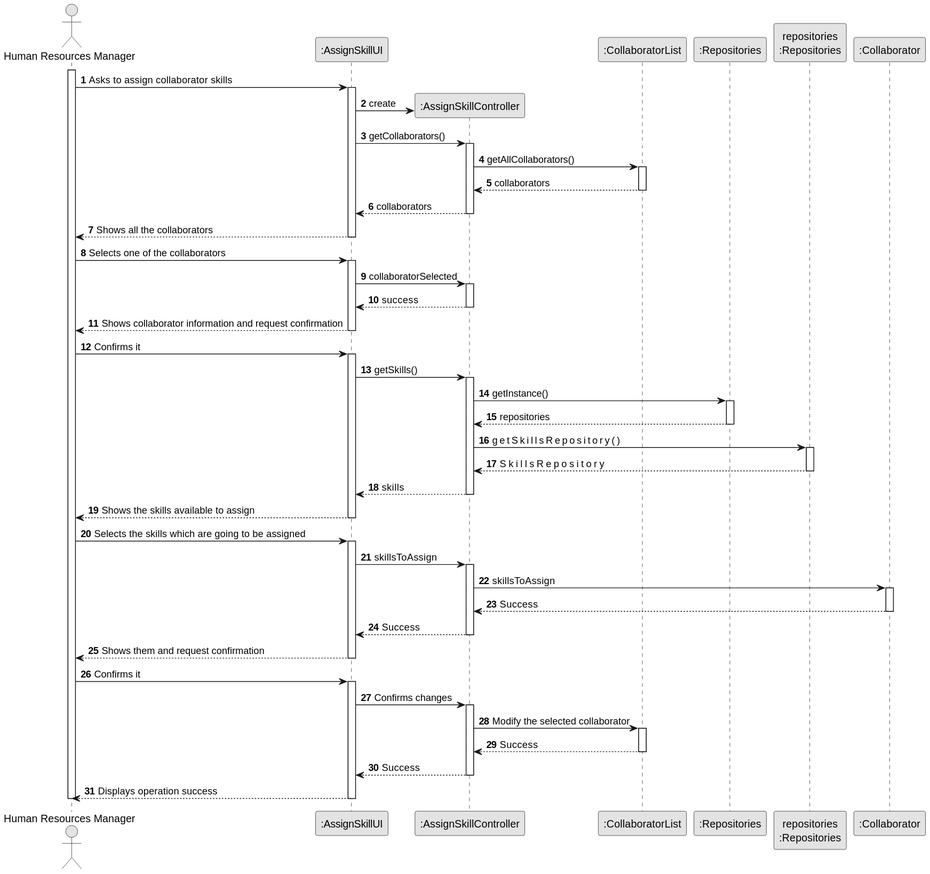
This is docs/sprint2/us004/03.design/svg/us004-sequence-diagram-full.svg from 1231360-ISEP/lei-24-s2-1db-g021, a PlantUML export, as it was before one commit.
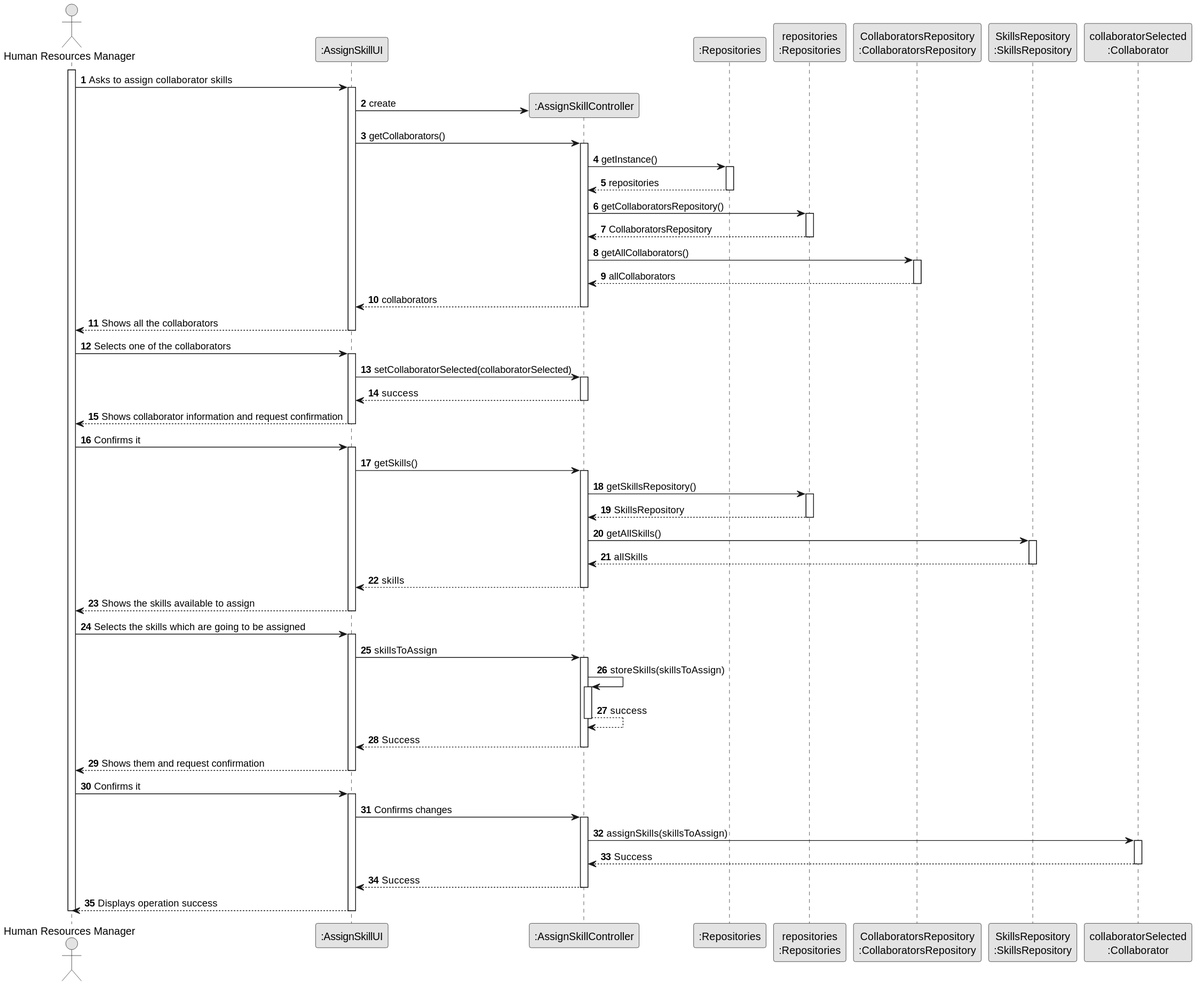
The same file after the commit.

The edit, as a diff of the source:
```diff
@@ -8,10 +8,11 @@
 actor "Human Resources Manager" as ADM
 participant ":AssignSkillUI" as UI
 participant ":AssignSkillController" as CTRL
-participant ":CollaboratorList" as CollaboratorList
 participant ":Repositories" as Repositories
 participant "repositories\n:Repositories" as RepoInstance
-participant ":Collaborator" as Collaborator
+participant "CollaboratorsRepository\n:CollaboratorsRepository" as CollaboratorRepo
+participant "SkillsRepository\n:SkillsRepository" as SkillRepo
+participant "collaboratorSelected\n:Collaborator" as Collaborator
 
 activate ADM
 
@@ -22,11 +23,22 @@
             UI -> CTRL : getCollaborators()
 
             activate CTRL
-                CTRL -> CollaboratorList : getAllCollaborators()
 
-                activate CollaboratorList
-                    CollaboratorList --> CTRL: collaborators
-                deactivate CollaboratorList
+                CTRL -> Repositories : getInstance()
+                activate Repositories
+                    Repositories --> CTRL : repositories
+                deactivate Repositories
+
+                CTRL -> RepoInstance : getCollaboratorsRepository()
+
+                activate RepoInstance
+                    RepoInstance --> CTRL : CollaboratorsRepository
+                deactivate RepoInstance
+
+                CTRL -> CollaboratorRepo : getAllCollaborators()
+                activate CollaboratorRepo
+                    CollaboratorRepo --> CTRL : allCollaborators
+                deactivate CollaboratorRepo
 
                 CTRL --> UI : collaborators
             deactivate CTRL
@@ -38,7 +50,7 @@
 
         activate UI
 
-            UI -> CTRL : collaboratorSelected
+            UI -> CTRL : setCollaboratorSelected(collaboratorSelected)
 
             activate CTRL
                 CTRL --> UI : success
@@ -54,17 +66,17 @@
 
             activate CTRL
 
-                CTRL -> Repositories : getInstance()
-
-                activate Repositories
-                    Repositories --> CTRL : repositories
-                deactivate Repositories
-
-                CTRL -> RepoInstance : getRegistedSkillsRepository()
+                CTRL -> RepoInstance : getSkillsRepository()
 
                 activate RepoInstance
-                    RepoInstance --> CTRL : registedSkillsRepository
+                    RepoInstance --> CTRL : SkillsRepository
                 deactivate RepoInstance
+
+                CTRL -> SkillRepo : getAllSkills()
+
+                activate SkillRepo
+                    SkillRepo --> CTRL : allSkills
+                deactivate SkillRepo
 
                 CTRL --> UI : skills
             deactivate CTRL
@@ -78,11 +90,11 @@
             UI -> CTRL : skillsToAssign
 
             activate CTRL
-                CTRL -> Collaborator : skillsToAssign
+                CTRL -> CTRL : storeSkills(skillsToAssign)
 
-                activate Collaborator
-                    Collaborator --> CTRL : Success
-                deactivate Collaborator
+                activate CTRL
+                    CTRL --> CTRL : success
+                deactivate CTRL
 
                 CTRL --> UI : Success
             deactivate CTRL
@@ -96,11 +108,11 @@
             UI -> CTRL : Confirms changes
 
             activate CTRL
-                CTRL -> CollaboratorList : Modify the selected collaborator
+                CTRL -> Collaborator : assignSkills(skillsToAssign)
 
-                activate CollaboratorList
-                    CollaboratorList --> CTRL : Success
-                deactivate CollaboratorList
+                activate Collaborator
+                    Collaborator --> CTRL : Success
+                deactivate Collaborator
 
                 CTRL --> UI : Success
             deactivate CTRL
```
